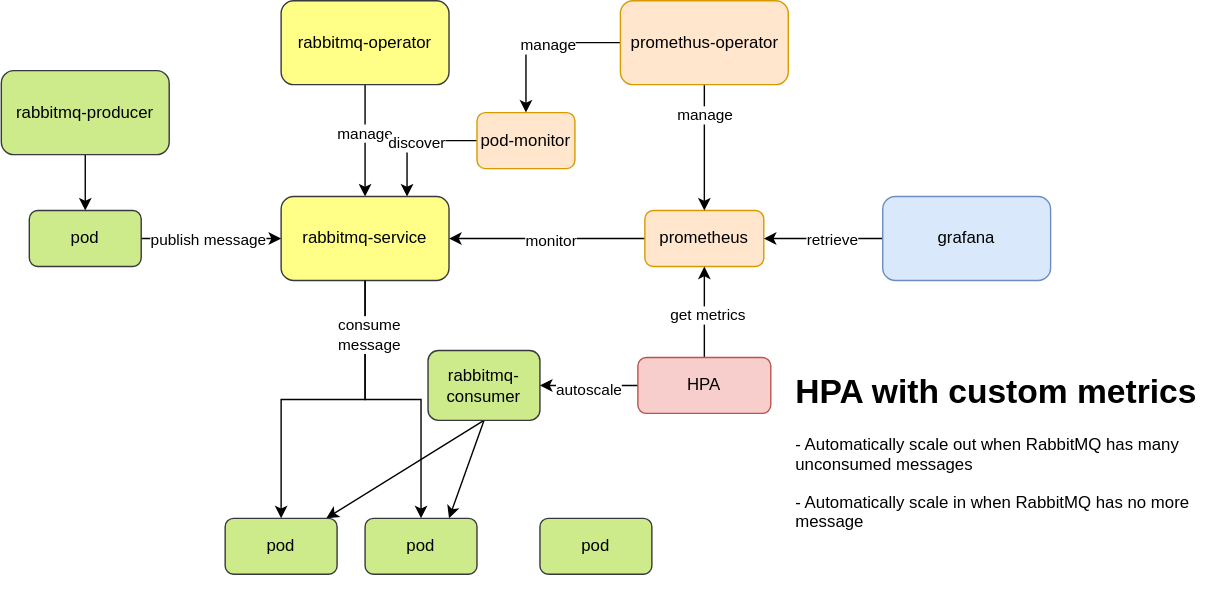
This is autoscaler/hpa/custom-metrics/diagram.drawio.svg from nakamasato/kubernetes-training, a draw.io export, as it was before one commit. Source tidied: cells renumbered, new cells last; positions are measured from the earlier drawing's top-left corner, leaving out a move shared by most shapes.
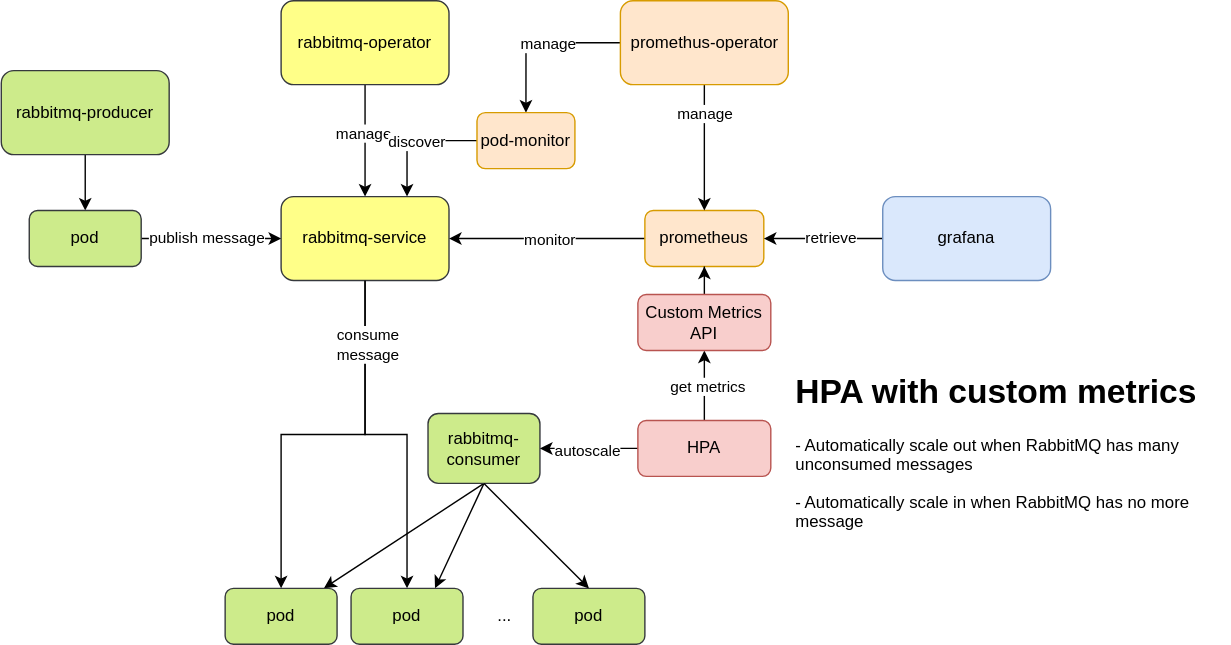
The same file after the commit.

What changed in the source:
```diff
@@ -24,7 +24,7 @@
       <mxGeometry relative="1" as="geometry" />
     </mxCell>
     <mxCell id="9" value="rabbitmq-consumer" style="rounded=1;whiteSpace=wrap;html=1;fillColor=#cdeb8b;strokeColor=#36393d;" parent="1" vertex="1">
-      <mxGeometry x="305" y="250" width="80" height="50" as="geometry" />
+      <mxGeometry x="305" y="295" width="80" height="50" as="geometry" />
     </mxCell>
     <mxCell id="10" style="edgeStyle=orthogonalEdgeStyle;rounded=0;jettySize=auto;html=1;" parent="1" edge="1" source="11" target="33">
       <mxGeometry relative="1" as="geometry" />
@@ -88,7 +88,7 @@
     <mxCell id="27" value="autoscale" style="edgeLabel;html=1;align=center;verticalAlign=middle;" parent="26" vertex="1">
       <mxGeometry x="0.03" y="2" relative="1" as="geometry" />
     </mxCell>
-    <mxCell id="28" style="edgeStyle=orthogonalEdgeStyle;rounded=0;jettySize=auto;html=1;" parent="1" edge="1" source="30" target="14">
+    <mxCell id="28" style="edgeStyle=orthogonalEdgeStyle;rounded=0;jettySize=auto;html=1;entryX=0.5;entryY=1;entryDx=0;entryDy=0;" parent="1" edge="1" source="30" target="41">
       <mxGeometry relative="1" as="geometry" />
     </mxCell>
     <mxCell id="29" value="get metrics" style="edgeLabel;html=1;align=center;verticalAlign=middle;" parent="28" vertex="1">
@@ -97,7 +97,7 @@
       </mxGeometry>
     </mxCell>
     <mxCell id="30" value="HPA" style="whiteSpace=wrap;html=1;rounded=1;fillColor=#f8cecc;strokeColor=#b85450;" parent="1" vertex="1">
-      <mxGeometry x="455" y="255" width="95" height="40" as="geometry" />
+      <mxGeometry x="455" y="300" width="95" height="40" as="geometry" />
     </mxCell>
     <mxCell id="31" style="edgeStyle=orthogonalEdgeStyle;rounded=0;jettySize=auto;html=1;" parent="1" edge="1" source="33" target="6">
       <mxGeometry relative="1" as="geometry" />
@@ -109,10 +109,10 @@
       <mxGeometry x="20" y="150" width="80" height="40" as="geometry" />
     </mxCell>
     <mxCell id="34" value="pod" style="rounded=1;whiteSpace=wrap;html=1;fillColor=#cdeb8b;strokeColor=#36393d;" parent="1" vertex="1">
-      <mxGeometry x="260" y="370" width="80" height="40" as="geometry" />
+      <mxGeometry x="250" y="420" width="80" height="40" as="geometry" />
     </mxCell>
     <mxCell id="35" value="pod" style="rounded=1;whiteSpace=wrap;html=1;fillColor=#cdeb8b;strokeColor=#36393d;" parent="1" vertex="1">
-      <mxGeometry x="160" y="370" width="80" height="40" as="geometry" />
+      <mxGeometry x="160" y="420" width="80" height="40" as="geometry" />
     </mxCell>
     <mxCell id="36" style="edgeStyle=orthogonalEdgeStyle;rounded=0;jettySize=auto;html=1;entryX=0.5;entryY=0;entryDx=0;entryDy=0;" parent="1" edge="1" source="6" target="35">
       <mxGeometry relative="1" as="geometry" />
@@ -121,10 +121,22 @@
       <mxGeometry x="-0.67" y="2" relative="1" as="geometry" />
     </mxCell>
     <mxCell id="38" value="pod" style="rounded=1;whiteSpace=wrap;html=1;fillColor=#cdeb8b;strokeColor=#36393d;" parent="1" vertex="1">
-      <mxGeometry x="385" y="370" width="80" height="40" as="geometry" />
+      <mxGeometry x="380" y="420" width="80" height="40" as="geometry" />
     </mxCell>
     <mxCell id="39" value="&lt;h1&gt;HPA with custom metrics&lt;/h1&gt;&lt;p&gt;- Automatically scale out when RabbitMQ has many unconsumed messages&lt;/p&gt;&lt;p&gt;- Automatically scale in when RabbitMQ has no more message&lt;/p&gt;" style="text;html=1;strokeColor=none;fillColor=none;spacing=5;spacingTop=-20;whiteSpace=wrap;overflow=hidden;rounded=0;" parent="1" vertex="1">
       <mxGeometry x="562.5" y="260" width="315" height="160" as="geometry" />
     </mxCell>
+    <mxCell id="40" style="edgeStyle=orthogonalEdgeStyle;rounded=0;jettySize=auto;html=1;" parent="1" edge="1" source="41" target="14">
+      <mxGeometry relative="1" as="geometry" />
+    </mxCell>
+    <mxCell id="41" value="Custom Metrics API" style="whiteSpace=wrap;html=1;rounded=1;fillColor=#f8cecc;strokeColor=#b85450;" parent="1" vertex="1">
+      <mxGeometry x="455" y="210" width="95" height="40" as="geometry" />
+    </mxCell>
+    <mxCell id="42" style="edgeStyle=none;rounded=0;jettySize=auto;html=1;entryX=0.5;entryY=0;entryDx=0;entryDy=0;exitX=0.5;exitY=1;exitDx=0;exitDy=0;" parent="1" edge="1" source="9" target="38">
+      <mxGeometry relative="1" as="geometry" />
+    </mxCell>
+    <mxCell id="43" value="..." style="text;html=1;strokeColor=none;fillColor=none;align=center;verticalAlign=middle;whiteSpace=wrap;rounded=0;" parent="1" vertex="1">
+      <mxGeometry x="340" y="430" width="40" height="20" as="geometry" />
+    </mxCell>
   </root>
 </mxGraphModel>
```
